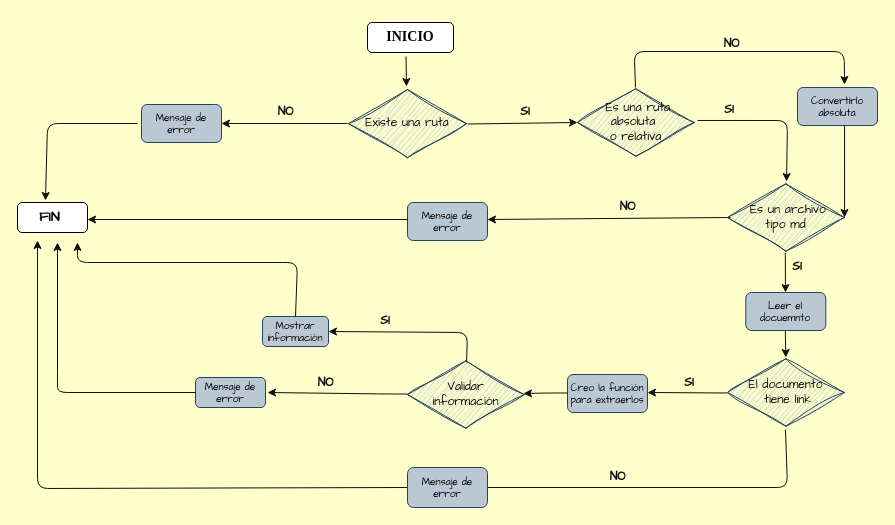
Before: diagrama.drawio in ErikaSuesca/DEV002-md-links, a draw.io diagram. Source tidied: cells renumbered, new cells numbered last; positions are measured from the earlier drawing's top-left corner, leaving out a move shared by most shapes. Both pictures are drawn from the tidied source at 100%, with x=0, y=0 at pixel (17, 22).
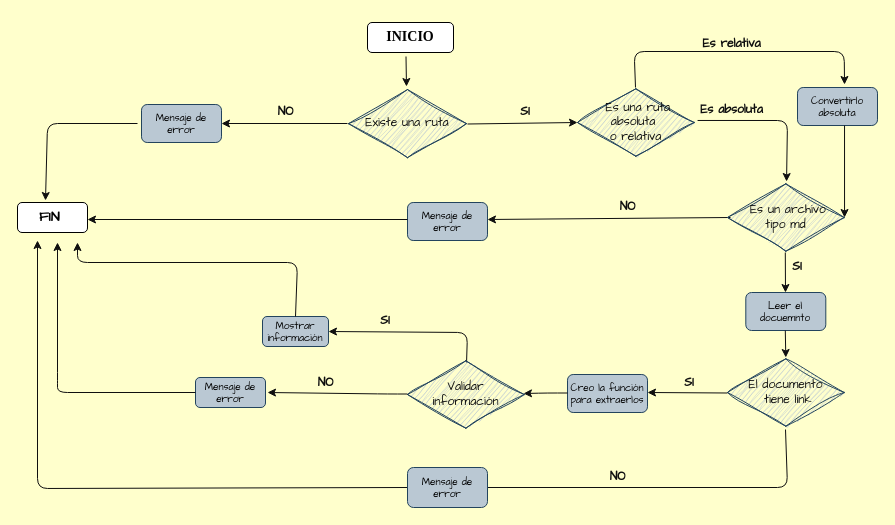
Above is the later version.

What changed in the source:
```diff
@@
-    <mxCell id="44" value="&lt;b&gt;SI&amp;nbsp;&lt;/b&gt;" style="text;html=1;align=center;verticalAlign=middle;strokeColor=none;fillColor=none;fontSize=12;fontFamily=Comic Sans MS;fontColor=#0F0F0F;sketch=1;hachureGap=4;jiggle=2;curveFitting=1;" parent="1" vertex="1">
-      <mxGeometry x="694" y="73" width="40" height="30" as="geometry" />
+    <mxCell id="44" value="&lt;b&gt;Es absoluta&lt;/b&gt;" style="text;html=1;align=center;verticalAlign=middle;strokeColor=none;fillColor=none;fontSize=12;fontFamily=Comic Sans MS;fontColor=#0F0F0F;sketch=1;hachureGap=4;jiggle=2;curveFitting=1;" parent="1" vertex="1">
+      <mxGeometry x="669" y="73" width="90" height="30" as="geometry" />
     </mxCell>
-    <mxCell id="45" value="&lt;b&gt;NO&lt;/b&gt;" style="text;html=1;align=center;verticalAlign=middle;strokeColor=none;fillColor=none;fontSize=12;fontFamily=Comic Sans MS;fontColor=#0F0F0F;sketch=1;hachureGap=4;jiggle=2;curveFitting=1;" parent="1" vertex="1">
-      <mxGeometry x="694" y="7" width="40" height="30" as="geometry" />
+    <mxCell id="45" value="&lt;b&gt;Es relativa&lt;/b&gt;" style="text;html=1;align=center;verticalAlign=middle;strokeColor=none;fillColor=none;fontSize=12;fontFamily=Comic Sans MS;fontColor=#0F0F0F;sketch=1;hachureGap=4;jiggle=2;curveFitting=1;" parent="1" vertex="1">
+      <mxGeometry x="669" y="7" width="90" height="30" as="geometry" />
     </mxCell>
```
